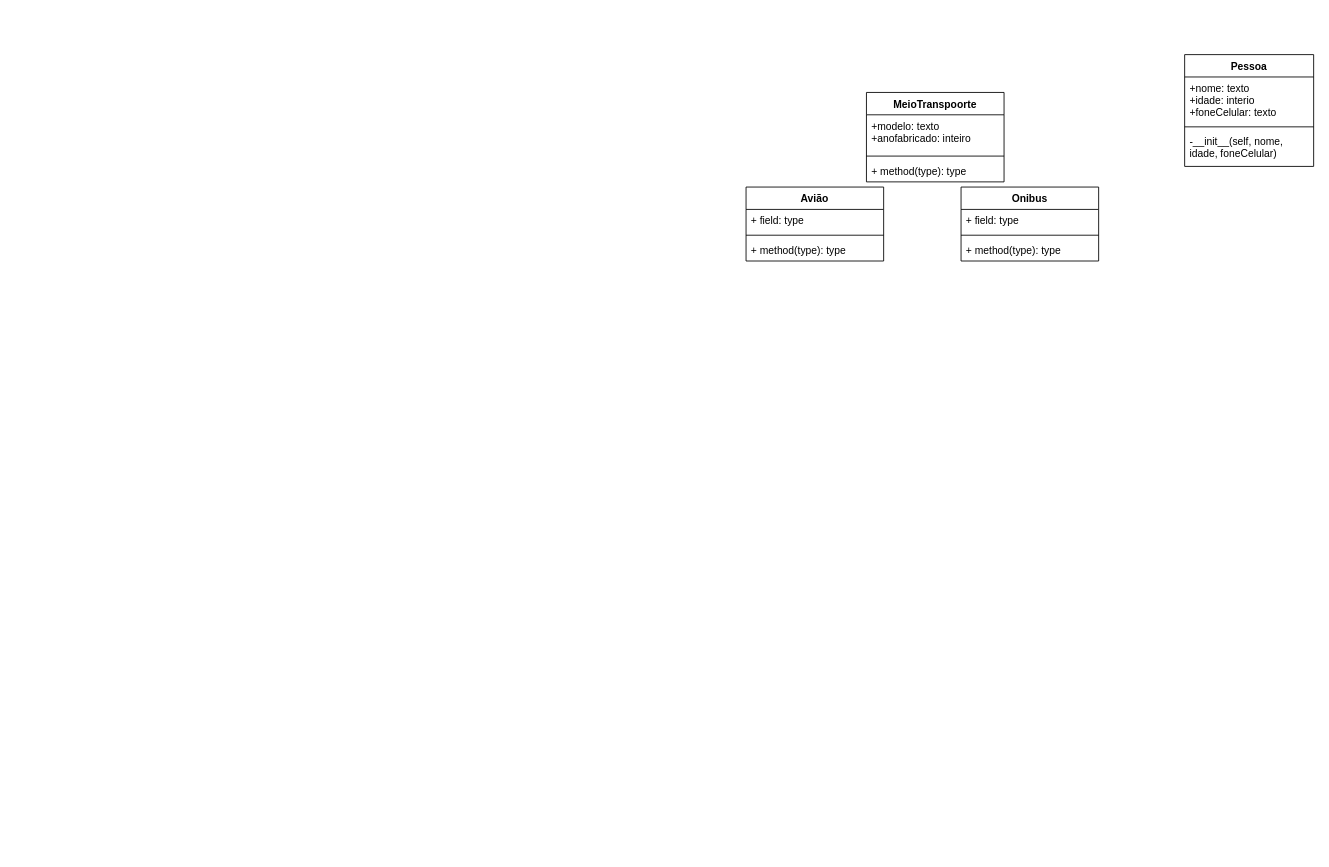
This is Untitled Diagram.drawio from Barr00s/humorzap, a draw.io file, before an edit. Source tidied: cells renumbered, new cells numbered last; positions are measured from the earlier drawing's top-left corner, leaving out a move shared by most shapes. Both pictures are drawn from the tidied source at 86%, with x=0, y=0 at pixel (746, 54).
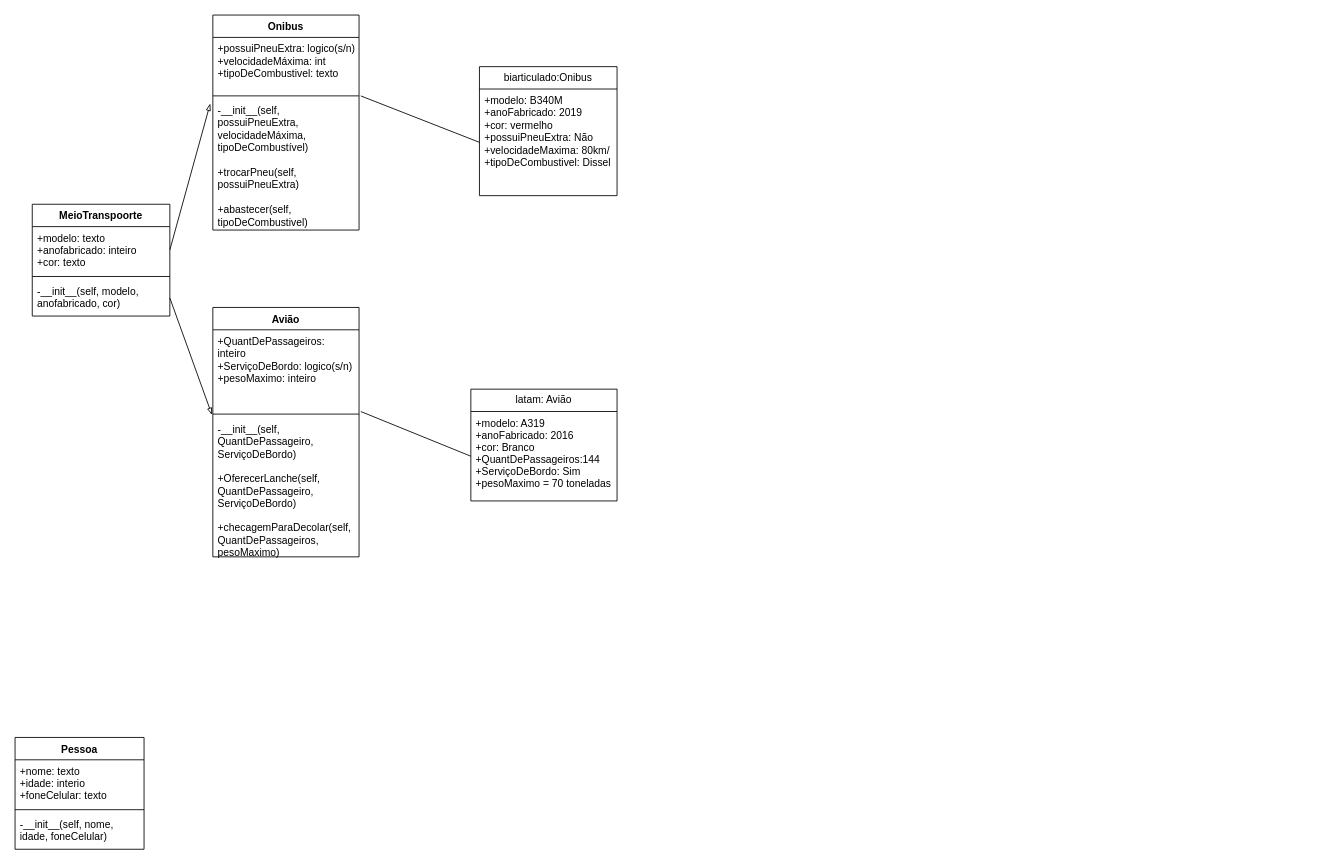
After the change.

What changed in the source:
```diff
@@
     <mxCell id="2" value="MeioTranspoorte" style="swimlane;fontStyle=1;align=center;verticalAlign=top;horizontal=1;startSize=26;" parent="1" vertex="1">
-      <mxGeometry x="140" y="44" width="160" height="104" as="geometry" />
+      <mxGeometry x="-830" y="174" width="160" height="130" as="geometry" />
     </mxCell>
-    <mxCell id="3" value="+modelo: texto&#10;+anofabricado: inteiro&#10;" style="text;strokeColor=none;fillColor=none;align=left;verticalAlign=top;spacingLeft=4;spacingRight=4;overflow=hidden;points=[[0,0.5],[1,0.5]];portConstraint=eastwest;" parent="2" vertex="1">
-      <mxGeometry y="26" width="160" height="44" as="geometry" />
+    <mxCell id="3" value="+modelo: texto&#10;+anofabricado: inteiro&#10;+cor: texto" style="text;strokeColor=none;fillColor=none;align=left;verticalAlign=top;spacingLeft=4;spacingRight=4;overflow=hidden;points=[[0,0.5],[1,0.5]];portConstraint=eastwest;" parent="2" vertex="1">
+      <mxGeometry y="26" width="160" height="54" as="geometry" />
     </mxCell>
     <mxCell id="4" style="line;strokeWidth=1;fillColor=none;align=left;verticalAlign=middle;spacingTop=-1;spacingLeft=3;spacingRight=3;labelPosition=right;" parent="2" vertex="1">
-      <mxGeometry y="70" width="160" height="8" as="geometry" />
+      <mxGeometry y="80" width="160" height="8" as="geometry" />
     </mxCell>
-    <mxCell id="5" value="+ method(type): type" style="text;strokeColor=none;fillColor=none;align=left;verticalAlign=top;spacingLeft=4;spacingRight=4;overflow=hidden;points=[[0,0.5],[1,0.5]];portConstraint=eastwest;" parent="2" vertex="1">
-      <mxGeometry y="78" width="160" height="26" as="geometry" />
+    <mxCell id="5" value="-__init__(self, modelo, anofabricado, cor)" style="text;strokeColor=none;fillColor=none;align=left;verticalAlign=top;spacingLeft=4;spacingRight=4;overflow=hidden;points=[[0,0.5],[1,0.5]];portConstraint=eastwest;whiteSpace=wrap;" parent="2" vertex="1">
+      <mxGeometry y="88" width="160" height="42" as="geometry" />
     </mxCell>
     <mxCell id="6" value="Pessoa" style="swimlane;fontStyle=1;align=center;verticalAlign=top;horizontal=1;startSize=26;" parent="1" vertex="1">
-      <mxGeometry x="510" width="150" height="130" as="geometry" />
+      <mxGeometry x="-850" y="794" width="150" height="130" as="geometry" />
     </mxCell>
@@
     <mxCell id="10" value="Avião" style="swimlane;fontStyle=1;align=center;verticalAlign=top;horizontal=1;startSize=26;" parent="1" vertex="1">
-      <mxGeometry y="154" width="160" height="86" as="geometry" />
+      <mxGeometry x="-620" y="294" width="170" height="290" as="geometry" />
     </mxCell>
-    <mxCell id="11" value="+ field: type" style="text;strokeColor=none;fillColor=none;align=left;verticalAlign=top;spacingLeft=4;spacingRight=4;overflow=hidden;points=[[0,0.5],[1,0.5]];portConstraint=eastwest;" parent="10" vertex="1">
-      <mxGeometry y="26" width="160" height="26" as="geometry" />
+    <mxCell id="11" value="+QuantDePassageiros: inteiro&#10;+ServiçoDeBordo: logico(s/n)&#10;+pesoMaximo: inteiro" style="text;strokeColor=none;fillColor=none;align=left;verticalAlign=top;spacingLeft=4;spacingRight=4;overflow=hidden;points=[[0,0.5],[1,0.5]];portConstraint=eastwest;whiteSpace=wrap;" parent="10" vertex="1">
+      <mxGeometry y="26" width="170" height="94" as="geometry" />
     </mxCell>
     <mxCell id="12" style="line;strokeWidth=1;fillColor=none;align=left;verticalAlign=middle;spacingTop=-1;spacingLeft=3;spacingRight=3;labelPosition=right;" parent="10" vertex="1">
-      <mxGeometry y="52" width="160" height="8" as="geometry" />
+      <mxGeometry y="120" width="170" height="8" as="geometry" />
     </mxCell>
-    <mxCell id="13" value="+ method(type): type" style="text;strokeColor=none;fillColor=none;align=left;verticalAlign=top;spacingLeft=4;spacingRight=4;overflow=hidden;points=[[0,0.5],[1,0.5]];portConstraint=eastwest;" parent="10" vertex="1">
-      <mxGeometry y="60" width="160" height="26" as="geometry" />
+    <mxCell id="13" value="-__init__(self, QuantDePassageiro, ServiçoDeBordo)&#10;&#10;+OferecerLanche(self, QuantDePassageiro, ServiçoDeBordo)&#10;&#10;+checagemParaDecolar(self, QuantDePassageiros, pesoMaximo)" style="text;strokeColor=none;fillColor=none;align=left;verticalAlign=top;spacingLeft=4;spacingRight=4;overflow=hidden;points=[[0,0.5],[1,0.5]];portConstraint=eastwest;whiteSpace=wrap;" parent="10" vertex="1">
+      <mxGeometry y="128" width="170" height="162" as="geometry" />
     </mxCell>
     <mxCell id="14" value="Onibus" style="swimlane;fontStyle=1;align=center;verticalAlign=top;horizontal=1;startSize=26;" parent="1" vertex="1">
-      <mxGeometry x="250" y="154" width="160" height="86" as="geometry" />
+      <mxGeometry x="-620" y="-46" width="170" height="250" as="geometry" />
     </mxCell>
-    <mxCell id="15" value="+ field: type" style="text;strokeColor=none;fillColor=none;align=left;verticalAlign=top;spacingLeft=4;spacingRight=4;overflow=hidden;points=[[0,0.5],[1,0.5]];portConstraint=eastwest;" parent="14" vertex="1">
-      <mxGeometry y="26" width="160" height="26" as="geometry" />
+    <mxCell id="15" value="+possuiPneuExtra: logico(s/n)&#10;+velocidadeMáxima: int&#10;+tipoDeCombustivel: texto" style="text;strokeColor=none;fillColor=none;align=left;verticalAlign=top;spacingLeft=4;spacingRight=4;overflow=hidden;points=[[0,0.5],[1,0.5]];portConstraint=eastwest;whiteSpace=wrap;" parent="14" vertex="1">
+      <mxGeometry y="26" width="170" height="64" as="geometry" />
     </mxCell>
     <mxCell id="16" style="line;strokeWidth=1;fillColor=none;align=left;verticalAlign=middle;spacingTop=-1;spacingLeft=3;spacingRight=3;labelPosition=right;" parent="14" vertex="1">
-      <mxGeometry y="52" width="160" height="8" as="geometry" />
+      <mxGeometry y="90" width="170" height="8" as="geometry" />
     </mxCell>
-    <mxCell id="17" value="+ method(type): type" style="text;strokeColor=none;fillColor=none;align=left;verticalAlign=top;spacingLeft=4;spacingRight=4;overflow=hidden;points=[[0,0.5],[1,0.5]];portConstraint=eastwest;" parent="14" vertex="1">
-      <mxGeometry y="60" width="160" height="26" as="geometry" />
+    <mxCell id="17" value="-__init__(self, possuiPneuExtra, velocidadeMáxima, tipoDeCombustível)&#10;&#10;+trocarPneu(self, possuiPneuExtra)&#10;&#10;+abastecer(self, tipoDeCombustivel)" style="text;strokeColor=none;fillColor=none;align=left;verticalAlign=top;spacingLeft=4;spacingRight=4;overflow=hidden;points=[[0,0.5],[1,0.5]];portConstraint=eastwest;whiteSpace=wrap;" parent="14" vertex="1">
+      <mxGeometry y="98" width="170" height="152" as="geometry" />
     </mxCell>
+    <mxCell id="18" value="latam: Avião" style="swimlane;fontStyle=0;horizontal=1;startSize=26;fillColor=none;whiteSpace=wrap;" parent="1" vertex="1">
+      <mxGeometry x="-320" y="389" width="170" height="130" as="geometry" />
+    </mxCell>
+    <mxCell id="19" value="+modelo: A319&#10;+anoFabricado: 2016&#10;+cor: Branco&#10;+QuantDePassageiros:144&#10;+ServiçoDeBordo: Sim&#10;+pesoMaximo = 70 toneladas" style="text;strokeColor=none;fillColor=none;align=left;verticalAlign=top;spacingLeft=4;spacingRight=4;overflow=hidden;points=[[0,0.5],[1,0.5]];portConstraint=eastwest;" parent="18" vertex="1">
+      <mxGeometry y="26" width="170" height="104" as="geometry" />
+    </mxCell>
+    <mxCell id="20" value="biarticulado:Onibus" style="swimlane;fontStyle=0;horizontal=1;startSize=26;fillColor=none;whiteSpace=wrap;" parent="1" vertex="1">
+      <mxGeometry x="-310" y="14" width="160" height="150" as="geometry" />
+    </mxCell>
+    <mxCell id="21" value="+modelo: B340M&#10;+anoFabricado: 2019&#10;+cor: vermelho&#10;+possuiPneuExtra: Não&#10;+velocidadeMaxima: 80km/&#10;+tipoDeCombustivel: Dissel&#10;" style="text;strokeColor=none;fillColor=none;align=left;verticalAlign=top;spacingLeft=4;spacingRight=4;overflow=hidden;points=[[0,0.5],[1,0.5]];portConstraint=eastwest;whiteSpace=wrap;" parent="20" vertex="1">
+      <mxGeometry y="26" width="160" height="124" as="geometry" />
+    </mxCell>
+    <mxCell id="22" style="edgeStyle=none;rounded=0;jettySize=auto;html=1;exitX=1;exitY=0.5;exitDx=0;exitDy=0;entryX=-0.006;entryY=-0.019;entryDx=0;entryDy=0;entryPerimeter=0;endArrow=blockThin;endFill=0;" parent="1" edge="1" source="5" target="13">
+      <mxGeometry relative="1" as="geometry" />
+    </mxCell>
+    <mxCell id="23" style="edgeStyle=none;rounded=0;jettySize=auto;html=1;exitX=1;exitY=0.5;exitDx=0;exitDy=0;entryX=-0.018;entryY=0.033;entryDx=0;entryDy=0;entryPerimeter=0;endArrow=blockThin;endFill=0;" parent="1" edge="1" source="3" target="17">
+      <mxGeometry relative="1" as="geometry" />
+    </mxCell>
+    <mxCell id="24" style="edgeStyle=none;rounded=0;jettySize=auto;html=1;exitX=0;exitY=0.5;exitDx=0;exitDy=0;entryX=1.012;entryY=1.011;entryDx=0;entryDy=0;entryPerimeter=0;endArrow=none;endFill=0;" parent="1" edge="1" source="19" target="11">
+      <mxGeometry relative="1" as="geometry" />
+    </mxCell>
+    <mxCell id="25" style="edgeStyle=none;rounded=0;jettySize=auto;html=1;exitX=0;exitY=0.5;exitDx=0;exitDy=0;entryX=1.012;entryY=1.063;entryDx=0;entryDy=0;entryPerimeter=0;endArrow=none;endFill=0;" parent="1" edge="1" source="21" target="15">
+      <mxGeometry relative="1" as="geometry" />
+    </mxCell>
```
